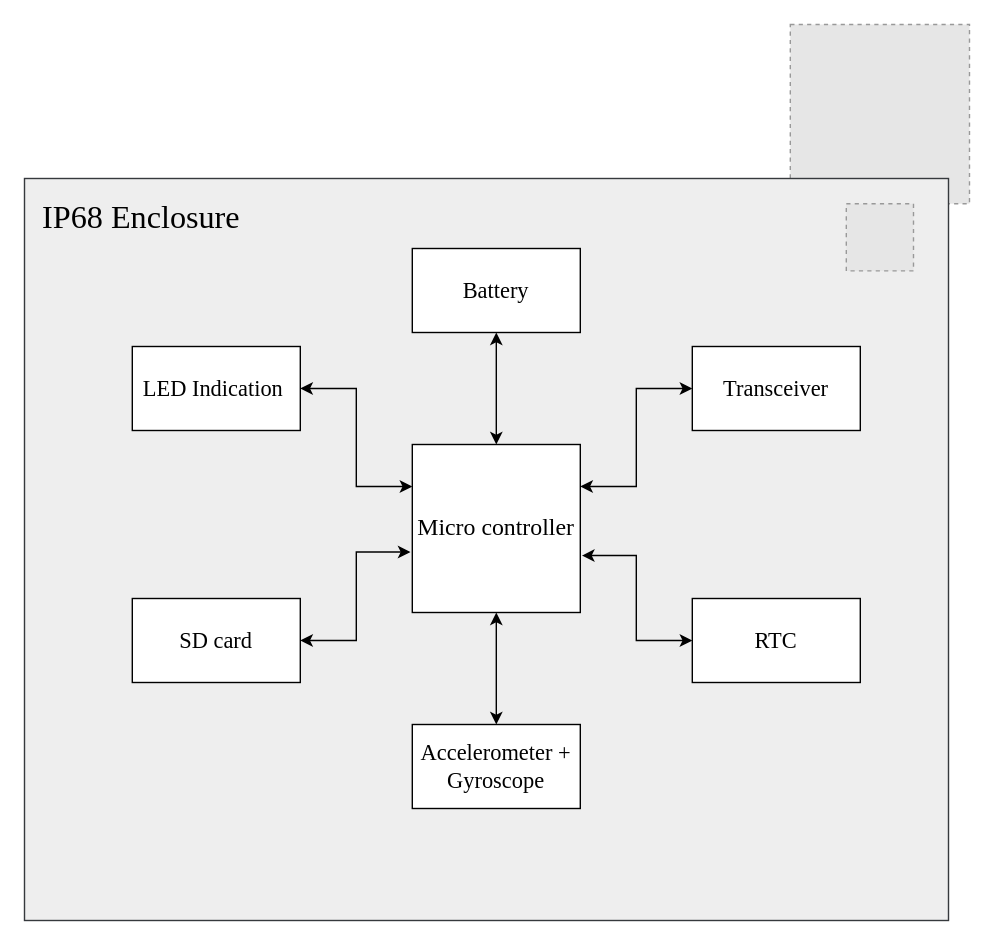
Before: shambhavi/Document/QLBF.drawio in Ashutoshkarve007/STM32_Learning, a draw.io diagram. Source tidied: cells renumbered, new cells numbered last; positions are measured from the earlier drawing's top-left corner, leaving out a move shared by most shapes. Both pictures are drawn from the tidied source at 140%, with x=0, y=0 at pixel (24, 24). Pictures stored in the file or linked from it are replaced by grey dashed boxes.
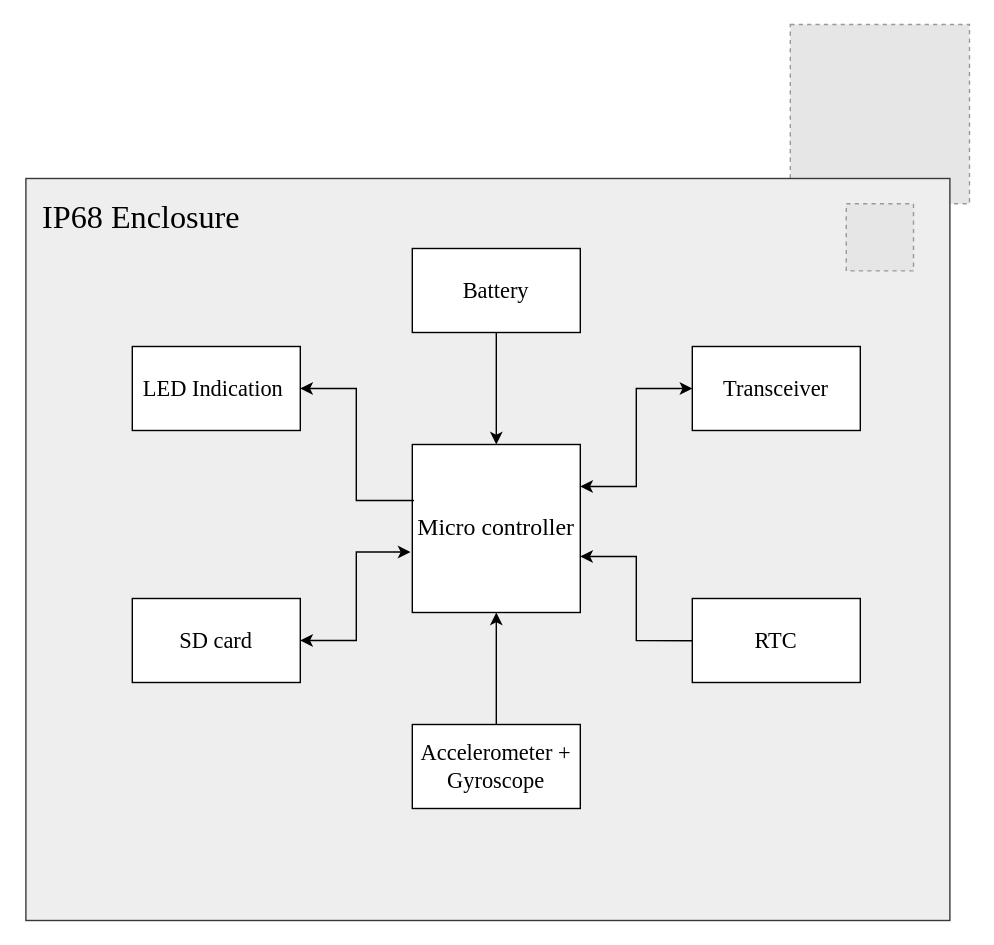
After the change.

The change refers to these unchanged cells:
```xml
<mxCell id="4" value="&lt;font style=&quot;font-size: 17px;&quot;&gt;Micro controller&lt;/font&gt;" style="whiteSpace=wrap;html=1;fontFamily=Times New Roman;" parent="1" vertex="1">
  <mxGeometry x="277" y="300" width="120" height="120" as="geometry" />
</mxCell>
<mxCell id="5" value="&lt;font style=&quot;font-size: 16px;&quot;&gt;Battery&lt;/font&gt;" style="rounded=0;whiteSpace=wrap;html=1;fontFamily=Times New Roman;" parent="1" vertex="1">
  <mxGeometry x="277" y="160" width="120" height="60" as="geometry" />
</mxCell>
<mxCell id="7" value="&lt;font style=&quot;font-size: 16px;&quot;&gt;Accelerometer + Gyroscope&lt;/font&gt;" style="rounded=0;whiteSpace=wrap;html=1;fontFamily=Times New Roman;" parent="1" vertex="1">
  <mxGeometry x="277" y="500" width="120" height="60" as="geometry" />
</mxCell>
<mxCell id="9" value="&lt;font style=&quot;font-size: 16px;&quot;&gt;LED Indication&amp;nbsp;&lt;/font&gt;" style="rounded=0;whiteSpace=wrap;html=1;fontFamily=Times New Roman;" parent="1" vertex="1">
  <mxGeometry x="77" y="230" width="120" height="60" as="geometry" />
</mxCell>
<mxCell id="10" value="&lt;font style=&quot;font-size: 16px;&quot;&gt;RTC&lt;/font&gt;" style="rounded=0;whiteSpace=wrap;html=1;fontFamily=Times New Roman;" parent="1" vertex="1">
  <mxGeometry x="477" y="410" width="120" height="60" as="geometry" />
</mxCell>
```

Diff of the diagram source:
```diff
@@
     <mxCell id="3" style="rounded=0;whiteSpace=wrap;html=1;align=right;fillColor=#eeeeee;strokeColor=#36393d;" parent="1" vertex="1">
-      <mxGeometry y="110" width="660" height="530" as="geometry" />
+      <mxGeometry x="1" y="110" width="660" height="530" as="geometry" />
     </mxCell>
@@
+    <mxCell id="19" style="edgeStyle=orthogonalEdgeStyle;rounded=0;jettySize=auto;html=1;fontFamily=Times New Roman;fontSize=15;" parent="1" edge="1" source="5" target="4">
+      <mxGeometry relative="1" as="geometry" />
+    </mxCell>
@@
+    <mxCell id="20" style="edgeStyle=orthogonalEdgeStyle;rounded=0;jettySize=auto;html=1;fontFamily=Times New Roman;fontSize=15;" parent="1" edge="1" source="7" target="4">
+      <mxGeometry relative="1" as="geometry" />
+    </mxCell>
@@
-    <mxCell id="12" style="endArrow=classic;startArrow=classic;html=1;rounded=0;" parent="1" edge="1">
-      <mxGeometry relative="1" as="geometry">
-        <mxPoint x="337" y="300" as="sourcePoint" />
-        <mxPoint x="337" y="220" as="targetPoint" />
-        <Array as="points">
-          <mxPoint x="337" y="300" />
-        </Array>
-      </mxGeometry>
-    </mxCell>
@@
-    <mxCell id="14" style="endArrow=classic;startArrow=classic;html=1;rounded=0;exitX=0;exitY=0.25;exitDx=0;exitDy=0;edgeStyle=orthogonalEdgeStyle;entryX=1;entryY=0.5;entryDx=0;entryDy=0;" parent="1" edge="1" source="4" target="9">
-      <mxGeometry relative="1" as="geometry" />
-    </mxCell>
-    <mxCell id="15" style="endArrow=classic;startArrow=classic;html=1;rounded=0;entryX=0;entryY=0.5;entryDx=0;entryDy=0;edgeStyle=orthogonalEdgeStyle;exitX=1.01;exitY=0.661;exitDx=0;exitDy=0;exitPerimeter=0;" parent="1" edge="1" source="4" target="10">
-      <mxGeometry relative="1" as="geometry" />
-    </mxCell>
-    <mxCell id="16" style="endArrow=classic;startArrow=classic;html=1;rounded=0;exitX=0.5;exitY=0;exitDx=0;exitDy=0;" parent="1" edge="1" source="7">
-      <mxGeometry relative="1" as="geometry">
-        <mxPoint x="337" y="420" as="targetPoint" />
-      </mxGeometry>
-    </mxCell>
@@
+    <mxCell id="21" style="endArrow=classic;html=1;rounded=0;fontFamily=Times New Roman;fontSize=15;entryX=1;entryY=0.5;entryDx=0;entryDy=0;exitX=0.42;exitY=0.434;exitDx=0;exitDy=0;exitPerimeter=0;" parent="1" edge="1" source="3" target="9">
+      <mxGeometry relative="1" as="geometry">
+        <Array as="points">
+          <mxPoint x="237" y="340" />
+          <mxPoint x="237" y="260" />
+        </Array>
+      </mxGeometry>
+    </mxCell>
+    <mxCell id="22" style="endArrow=classic;html=1;rounded=0;fontFamily=Times New Roman;fontSize=15;exitX=0.721;exitY=0.623;exitDx=0;exitDy=0;exitPerimeter=0;" parent="1" edge="1" source="3">
+      <mxGeometry relative="1" as="geometry">
+        <mxPoint x="397" y="380" as="targetPoint" />
+        <Array as="points">
+          <mxPoint x="437" y="440" />
+          <mxPoint x="437" y="380" />
+        </Array>
+      </mxGeometry>
+    </mxCell>
```
